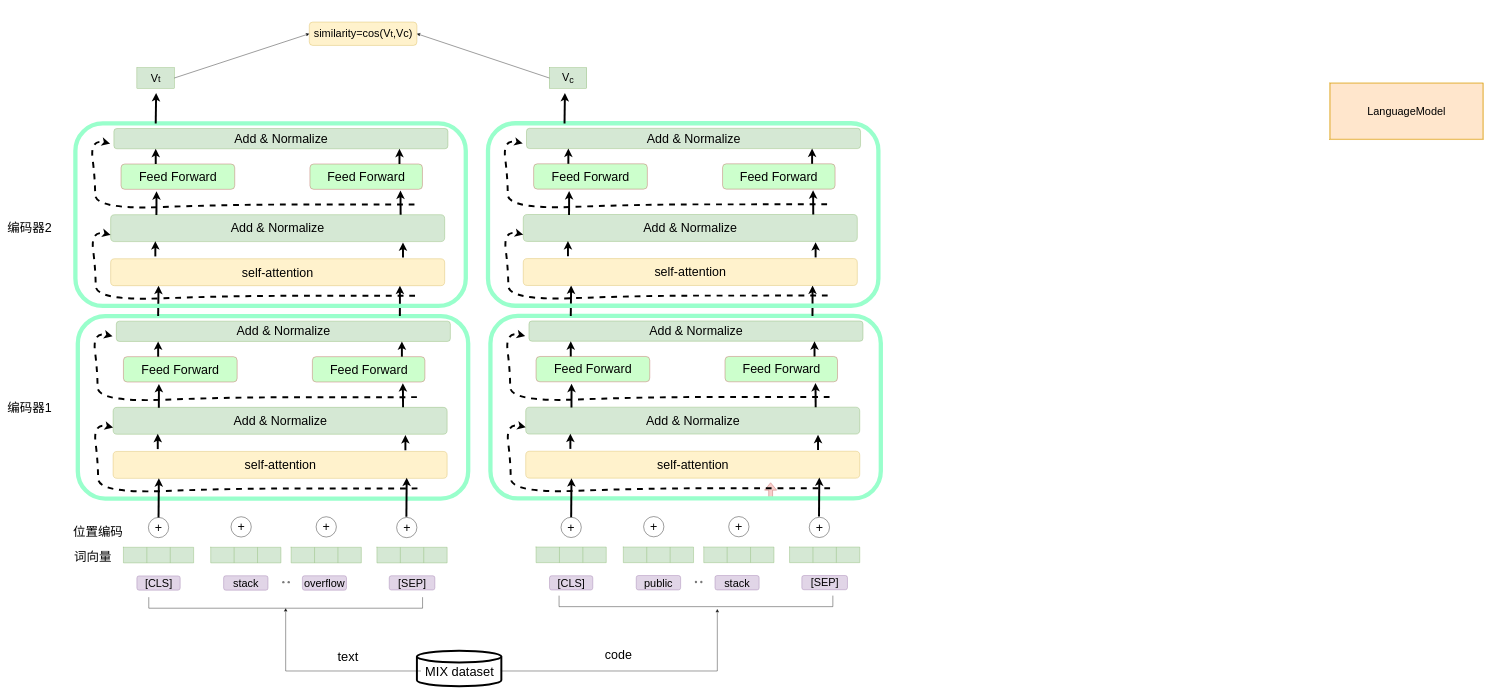
Above: finetune-毕设.drawio in hangdj/BERT-PLI-IJCAI2020 (draw.io), before the change. Source tidied: cells renumbered, new cells numbered last; positions are measured from the earlier drawing's top-left corner, leaving out a move shared by most shapes. Both pictures are drawn from the tidied source at 39%, with x=0, y=0 at pixel (7, 22).
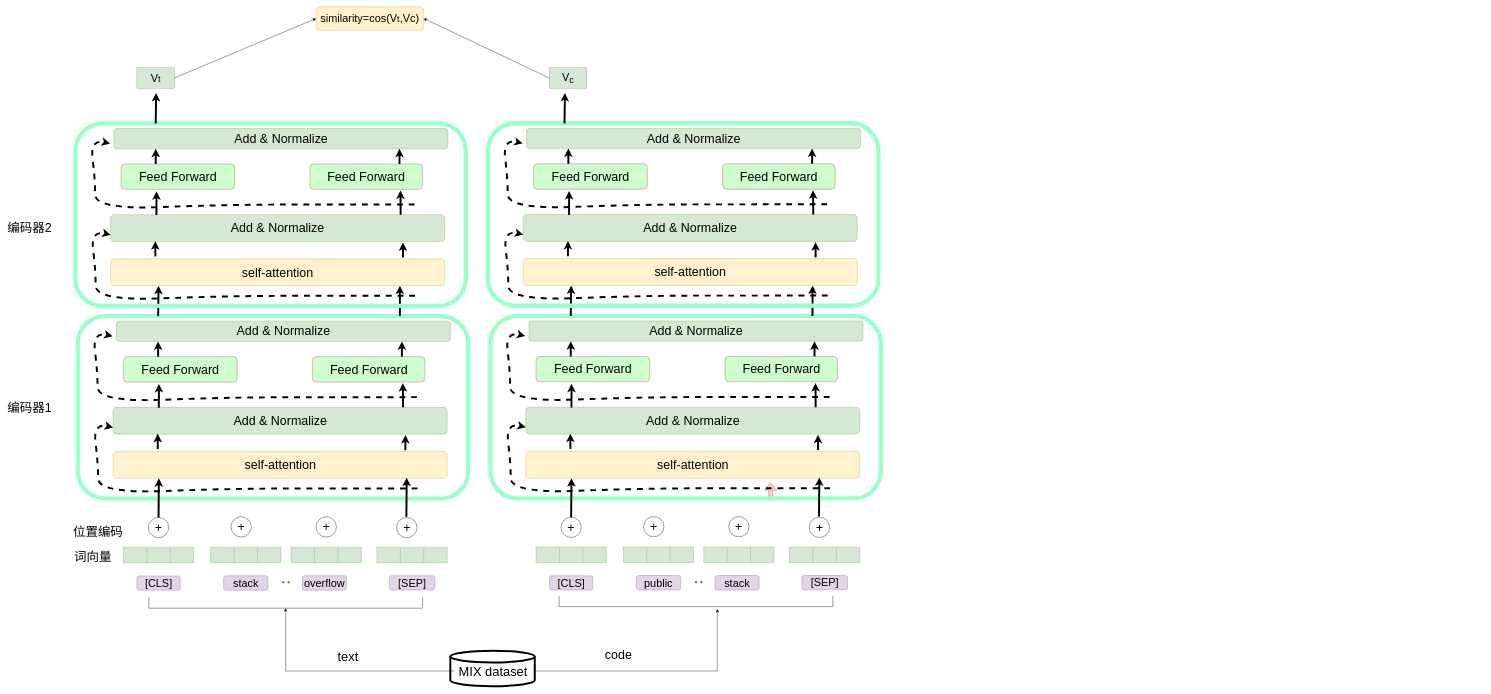
The same page after the edit.

Unchanged cells that the change refers to:
```xml
<mxCell id="143" style="shape=partialRectangle;whiteSpace=wrap;html=1;bottom=1;right=1;left=1;top=0;fillColor=none;routingCenterX=-0.5;" parent="1" vertex="1">
  <mxGeometry x="1416" y="1472" width="702" height="27" as="geometry" />
</mxCell>
```

Diff of the diagram source:
```diff
@@
-    <mxCell id="8" value="&lt;span style=&quot;font-size: 28px&quot;&gt;LanguageModel&lt;/span&gt;" style="shape=ext;double=1;rounded=0;whiteSpace=wrap;html=1;fillColor=#ffe6cc;strokeColor=#d79b00;" parent="1" vertex="1">
-      <mxGeometry x="3391.2" y="156" width="395.5" height="146" as="geometry" />
-    </mxCell>
@@
     <mxCell id="12" value="&lt;font style=&quot;font-size: 28px&quot;&gt;similarity=cos(V&lt;/font&gt;&lt;font&gt;&lt;span style=&quot;font-size: 23.3333px&quot;&gt;t&lt;/span&gt;&lt;span style=&quot;font-size: 28px&quot;&gt;,Vc&lt;/span&gt;&lt;span style=&quot;font-size: 28px&quot;&gt;)&lt;/span&gt;&lt;/font&gt;" style="rounded=1;whiteSpace=wrap;html=1;fillColor=#fff2cc;strokeColor=#d6b656;" parent="1" vertex="1">
-      <mxGeometry x="775.5" width="276" height="60" as="geometry" />
+      <mxGeometry x="793" y="-39" width="276" height="60" as="geometry" />
     </mxCell>
@@
     <mxCell id="17" style="shape=cylinder3;whiteSpace=wrap;html=1;boundedLbl=1;backgroundOutline=1;size=15;fontSize=33;strokeWidth=5;" parent="1" vertex="1">
-      <mxGeometry x="1051.5" y="1612" width="216.5" height="91" as="geometry" />
+      <mxGeometry x="1137.2" y="1612" width="216.5" height="91" as="geometry" />
     </mxCell>
@@
     <mxCell id="19" value="&lt;font style=&quot;font-size: 33px&quot;&gt;MIX dataset&lt;/font&gt;" style="text;html=1;strokeColor=none;fillColor=none;align=center;verticalAlign=middle;whiteSpace=wrap;rounded=0;dashed=1;dashPattern=1 2;" parent="1" vertex="1">
-      <mxGeometry x="1061.8" y="1651" width="198" height="30" as="geometry" />
+      <mxGeometry x="1147.5" y="1651" width="198" height="30" as="geometry" />
     </mxCell>
@@
     <mxCell id="144" style="edgeStyle=orthogonalEdgeStyle;rounded=0;jettySize=auto;html=1;entryX=0.578;entryY=1.222;entryDx=0;entryDy=0;fontSize=33;entryPerimeter=0;exitX=1;exitY=0.5;exitDx=0;exitDy=0;exitPerimeter=0;" parent="1" edge="1" source="17" target="143">
       <mxGeometry relative="1" as="geometry">
         <Array as="points">
-          <mxPoint x="1268" y="1664" />
+          <mxPoint x="1354" y="1664" />
           <mxPoint x="1822" y="1664" />
         </Array>
       </mxGeometry>
     </mxCell>
```
